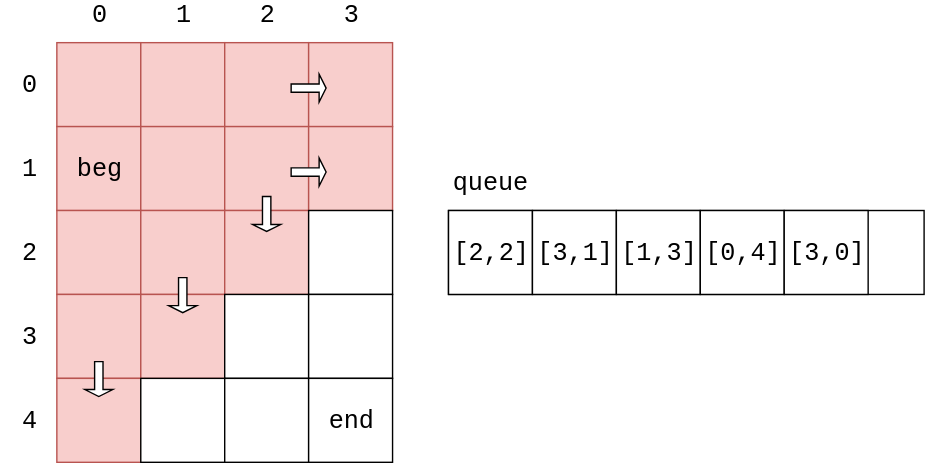
This is docs/Search/res/BreadthFirstSearch10.svg from linrongbin16/way-to-algorithm, a draw.io export, as it was before one commit. Source tidied: cells renumbered, new cells last; positions are measured from the earlier drawing's top-left corner, leaving out a move shared by most shapes.
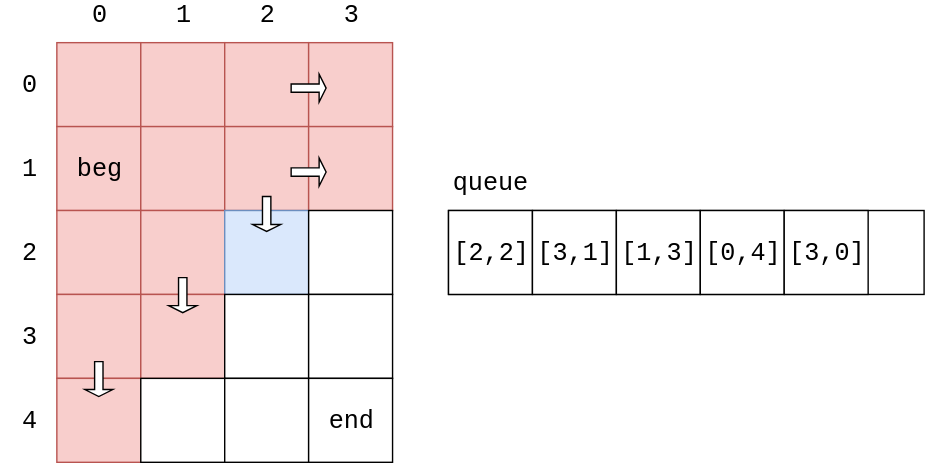
Above is the later version.

Diff of the diagram source:
```diff
@@ -59,7 +59,7 @@
     <mxCell id="20" value="4" style="text;html=1;strokeColor=none;fillColor=none;align=center;verticalAlign=middle;whiteSpace=wrap;fontFamily=Courier New;fontSize=18;" parent="1" vertex="1">
       <mxGeometry y="290" width="40" height="20" as="geometry" />
     </mxCell>
-    <mxCell id="21" style="rounded=0;whiteSpace=wrap;html=1;fontFamily=Courier New;fontSize=18;fillColor=#f8cecc;strokeColor=#b85450;shadow=0;" parent="1" vertex="1">
+    <mxCell id="21" style="rounded=0;whiteSpace=wrap;html=1;fontFamily=Courier New;fontSize=18;fillColor=#dae8fc;strokeColor=#6c8ebf;shadow=0;" parent="1" vertex="1">
       <mxGeometry x="160" y="150" width="60" height="60" as="geometry" />
     </mxCell>
     <mxCell id="22" style="rounded=0;whiteSpace=wrap;html=1;fontFamily=Courier New;fontSize=18;fillColor=#ffffff;strokeColor=#000000;" parent="1" vertex="1">
```
